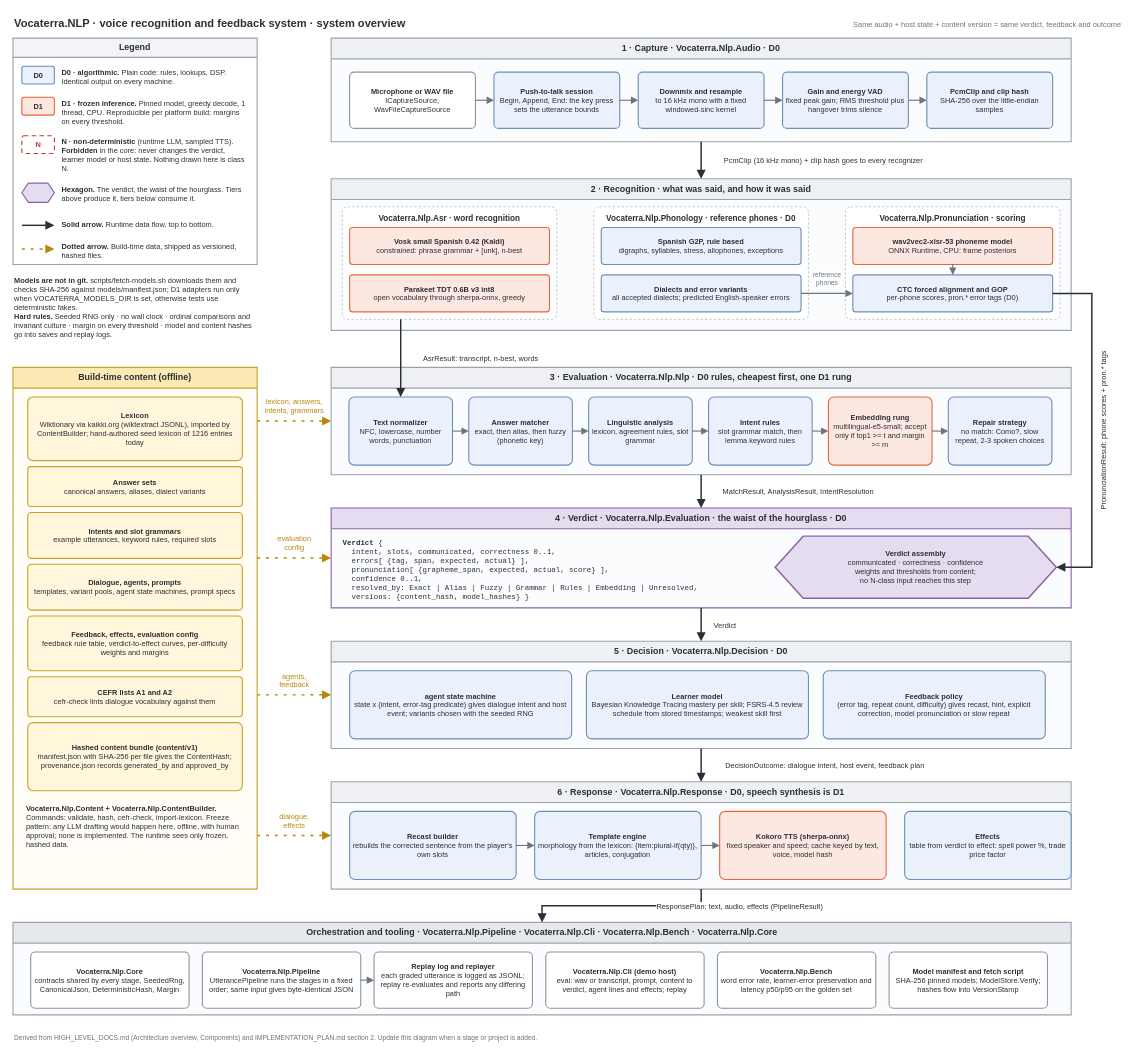
Before: nlp/docs/diagrams/system-overview.drawio in james-d12/Vocaterra, a draw.io diagram. Source tidied: cells renumbered, new cells numbered last; positions are measured from the earlier drawing's top-left corner, leaving out a move shared by most shapes. Both pictures are drawn from the tidied source at 74%, with x=0, y=0 at pixel (13, 13).
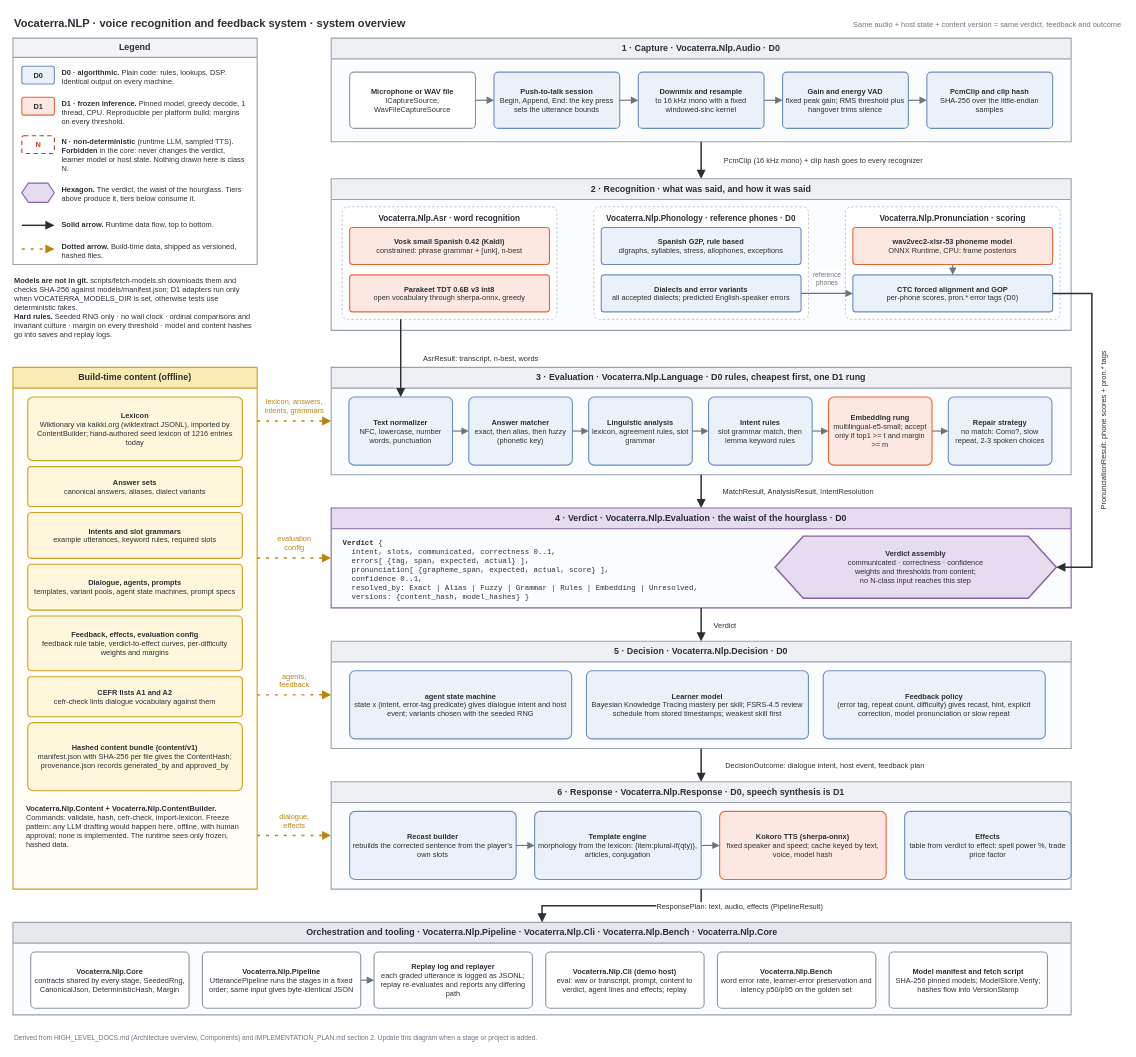
After the change.

What changed in the source:
```diff
@@
-    <mxCell id="32" value="3 · Evaluation · Vocaterra.Nlp.Nlp · D0 rules, cheapest first, one D1 rung" style="swimlane;startSize=28;whiteSpace=wrap;html=1;fontFamily=Helvetica;fontSize=12;fontStyle=1;fontColor=#2b2f36;fillColor=#eef0f3;strokeColor=#9aa3ad;swimlaneFillColor=#fbfcfd;strokeWidth=1.5;rounded=0;" parent="1" vertex="1">
+    <mxCell id="32" value="3 · Evaluation · Vocaterra.Nlp.Language · D0 rules, cheapest first, one D1 rung" style="swimlane;startSize=28;whiteSpace=wrap;html=1;fontFamily=Helvetica;fontSize=12;fontStyle=1;fontColor=#2b2f36;fillColor=#eef0f3;strokeColor=#9aa3ad;swimlaneFillColor=#fbfcfd;strokeWidth=1.5;rounded=0;" parent="1" vertex="1">
       <mxGeometry x="430" y="479" width="1000" height="145" as="geometry" />
     </mxCell>
```
